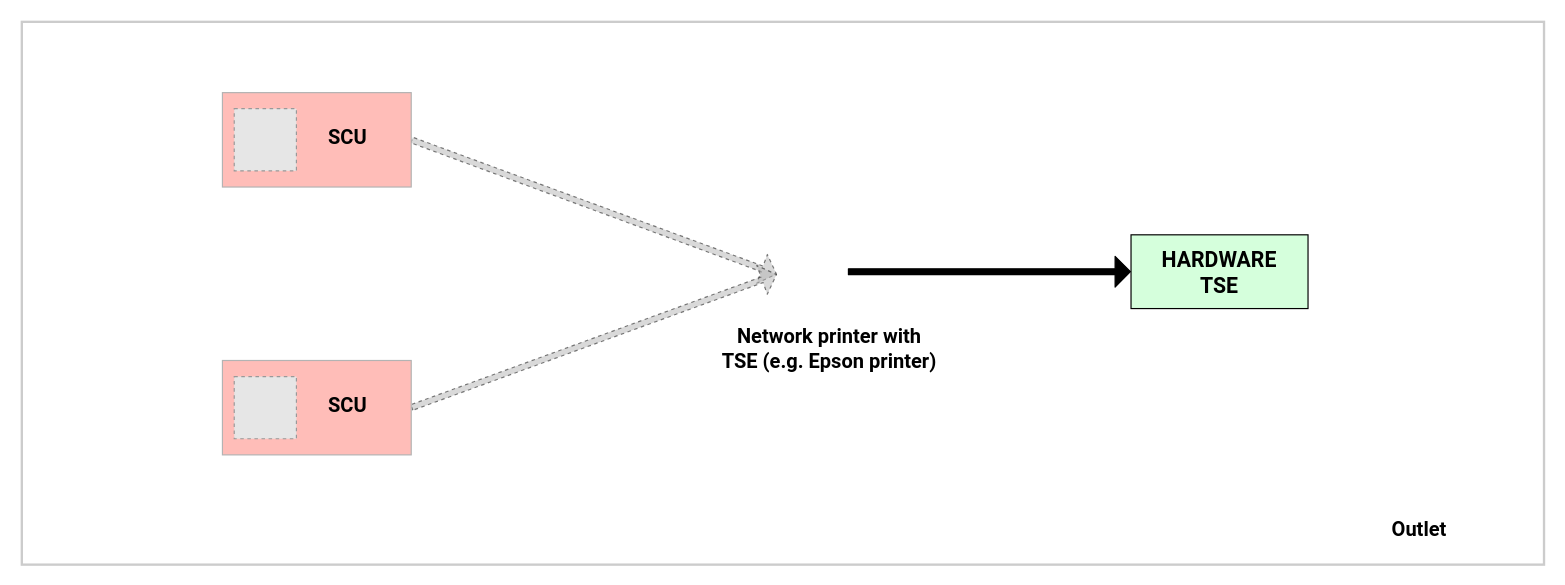
Before: middleware/raw/connection-printer.drawio in fiskaltrust/rollout-doc, a draw.io diagram. Source tidied: cells renumbered, new cells numbered last; positions are measured from the earlier drawing's top-left corner, leaving out a move shared by most shapes. Both pictures are drawn from the tidied source at 118%, with x=0, y=0 at pixel (21, 21). Pictures stored in the file or linked from it are replaced by grey dashed boxes.
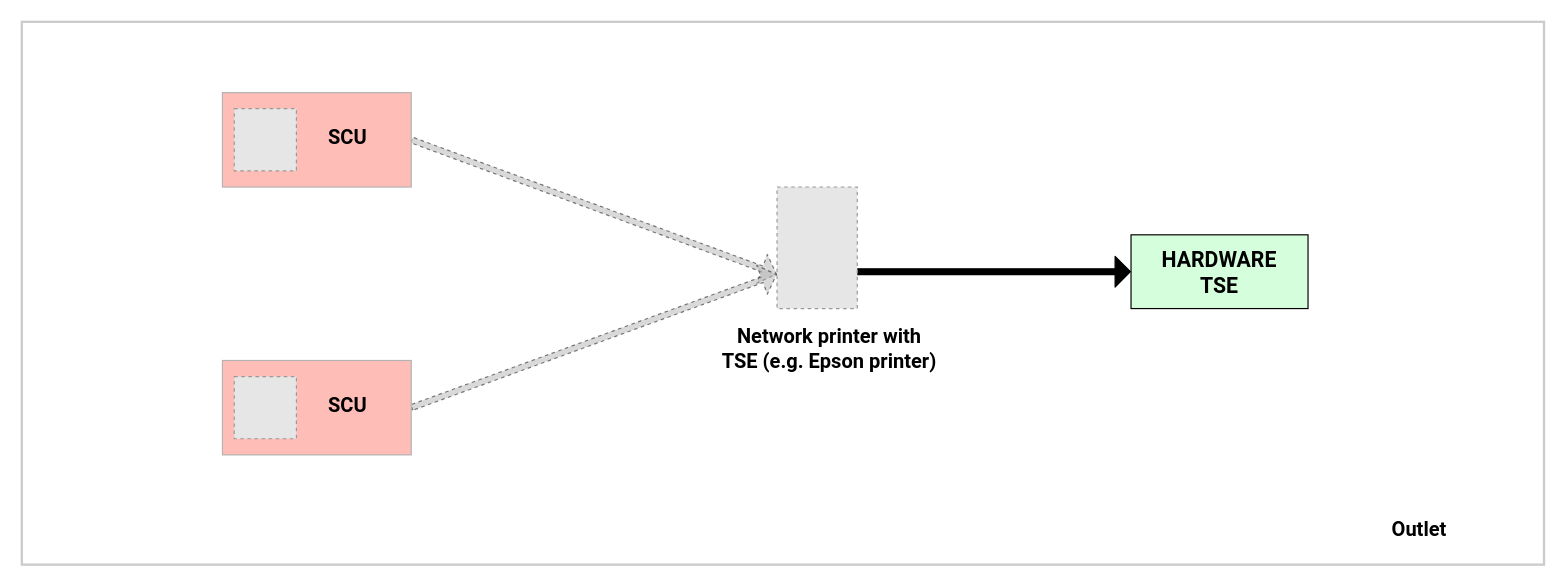
After the change.

Commit message (it also covers changes not shown here):
extend drawio raw data

Diff of the diagram source:
```diff
@@
+    <mxCell id="19" style="fillColor=#E6E6E6;strokeColor=#999999;dashed=1;verticalLabelPosition=bottom;labelBackgroundColor=#ffffff;verticalAlign=top;" parent="1" vertex="1">
+      <mxGeometry x="640" y="140" width="68" height="103" as="geometry" />
+    </mxCell>
```
